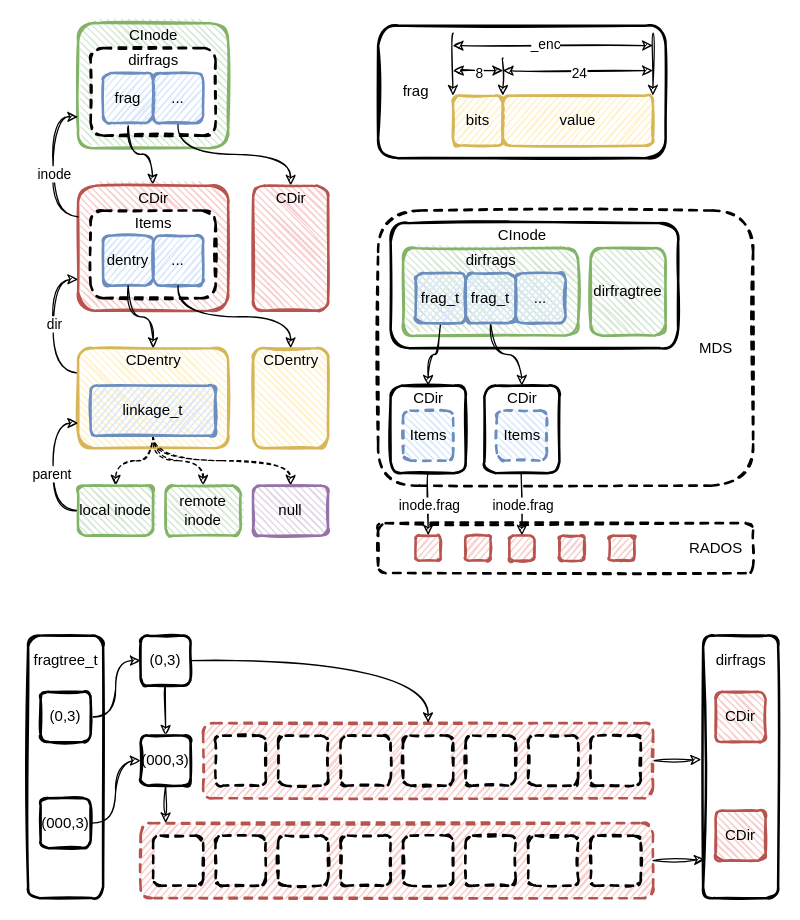
Above: page "meta" (2 of 2) of ceph/ceph-mds.drawio in EarthWind/deeparch (draw.io), before the change. Source tidied: cells renumbered, new cells numbered last; positions are measured from the earlier drawing's top-left corner, leaving out a move shared by most shapes. Both pictures are drawn from the tidied source at 125%, with x=0, y=0 at pixel (21, 22).
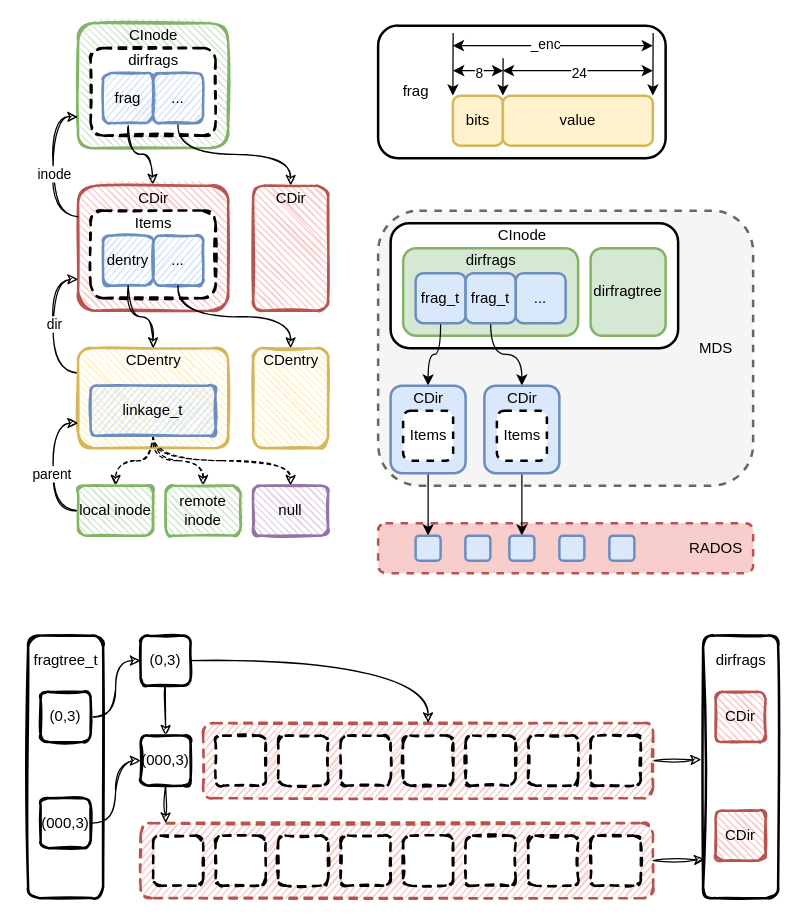
Above is the later version.

The change refers to these unchanged cells:
```xml
<mxCell id="70" value="CDir" style="text;html=1;align=center;verticalAlign=middle;points=[];strokeColor=none;fillColor=none;" parent="1" vertex="1">
  <mxGeometry x="305" y="290" width="40" height="20" as="geometry" />
</mxCell>
<mxCell id="76" value="CDir" style="text;html=1;align=center;verticalAlign=middle;points=[];strokeColor=none;fillColor=none;" parent="1" vertex="1">
  <mxGeometry x="380" y="290" width="40" height="20" as="geometry" />
</mxCell>
```

What changed in the source:
```diff
@@
-    <mxCell id="6" style="rounded=1;whiteSpace=wrap;html=1;strokeWidth=2;fillWeight=1;hachureGap=4;hachureAngle=45;sketch=1;dashed=1;" parent="1" vertex="1">
+    <mxCell id="6" style="rounded=1;whiteSpace=wrap;html=1;strokeWidth=2;fillWeight=1;hachureGap=4;hachureAngle=45;sketch=0;dashed=1;fillColor=#f8cecc;strokeColor=#b85450;" parent="1" vertex="1">
       <mxGeometry x="285" y="400" width="300" height="40" as="geometry" />
     </mxCell>
-    <mxCell id="7" style="rounded=1;whiteSpace=wrap;html=1;strokeWidth=2;fillWeight=1;hachureGap=4;hachureAngle=45;sketch=1;dashed=1;" parent="1" vertex="1">
+    <mxCell id="7" style="rounded=1;whiteSpace=wrap;html=1;strokeWidth=2;fillWeight=1;hachureGap=4;hachureAngle=45;sketch=0;dashed=1;fillColor=#f5f5f5;fontColor=#333333;strokeColor=#666666;" parent="1" vertex="1">
       <mxGeometry x="285" y="150" width="300" height="220" as="geometry" />
     </mxCell>
-    <mxCell id="8" style="rounded=1;whiteSpace=wrap;html=1;sketch=1;fillWeight=1;hachureGap=4;strokeWidth=2;shadow=0;" parent="1" vertex="1">
+    <mxCell id="8" style="rounded=1;whiteSpace=wrap;html=1;sketch=0;fillWeight=1;hachureGap=4;strokeWidth=2;shadow=0;" parent="1" vertex="1">
       <mxGeometry x="285" y="2" width="230" height="106" as="geometry" />
     </mxCell>
@@
-    <mxCell id="45" value="bits" style="rounded=1;whiteSpace=wrap;html=1;sketch=1;fillColor=#fff2cc;strokeColor=#d6b656;fillWeight=1;hachureGap=4;strokeWidth=2;" parent="1" vertex="1">
+    <mxCell id="45" value="bits" style="rounded=1;whiteSpace=wrap;html=1;sketch=0;fillColor=#fff2cc;strokeColor=#d6b656;fillWeight=1;hachureGap=4;strokeWidth=2;" parent="1" vertex="1">
       <mxGeometry x="344.8" y="58" width="40" height="40" as="geometry" />
     </mxCell>
-    <mxCell id="46" value="value" style="rounded=1;whiteSpace=wrap;html=1;sketch=1;fillWeight=1;hachureGap=4;strokeWidth=2;fillColor=#fff2cc;strokeColor=#d6b656;" parent="1" vertex="1">
+    <mxCell id="46" value="value" style="rounded=1;whiteSpace=wrap;html=1;sketch=0;fillWeight=1;hachureGap=4;strokeWidth=2;fillColor=#fff2cc;strokeColor=#d6b656;" parent="1" vertex="1">
       <mxGeometry x="384.8" y="58" width="120" height="40" as="geometry" />
     </mxCell>
-    <mxCell id="47" style="endArrow=classic;html=1;rounded=0;sketch=1;curved=1;entryX=0;entryY=0;entryDx=0;entryDy=0;" parent="1" edge="1" target="45">
+    <mxCell id="47" style="endArrow=classic;html=1;rounded=0;sketch=0;curved=1;entryX=0;entryY=0;entryDx=0;entryDy=0;" parent="1" edge="1" target="45">
       <mxGeometry relative="1" as="geometry">
         <mxPoint x="345" y="8" as="sourcePoint" />
       </mxGeometry>
     </mxCell>
-    <mxCell id="48" style="endArrow=classic;html=1;rounded=0;sketch=1;curved=1;entryX=0;entryY=0;entryDx=0;entryDy=0;" parent="1" edge="1">
+    <mxCell id="48" style="endArrow=classic;html=1;rounded=0;sketch=0;curved=1;entryX=0;entryY=0;entryDx=0;entryDy=0;" parent="1" edge="1">
       <mxGeometry relative="1" as="geometry">
         <mxPoint x="385" y="28" as="sourcePoint" />
         <mxPoint x="384.8" y="58" as="targetPoint" />
       </mxGeometry>
     </mxCell>
-    <mxCell id="49" style="endArrow=classic;html=1;rounded=0;sketch=1;curved=1;entryX=0;entryY=0;entryDx=0;entryDy=0;" parent="1" edge="1">
+    <mxCell id="49" style="endArrow=classic;html=1;rounded=0;sketch=0;curved=1;entryX=0;entryY=0;entryDx=0;entryDy=0;" parent="1" edge="1">
       <mxGeometry relative="1" as="geometry">
         <mxPoint x="505" y="8" as="sourcePoint" />
         <mxPoint x="504.8" y="58" as="targetPoint" />
       </mxGeometry>
     </mxCell>
-    <mxCell id="50" style="endArrow=classic;startArrow=classic;html=1;rounded=0;sketch=1;curved=1;" parent="1" edge="1">
+    <mxCell id="50" style="endArrow=classic;startArrow=classic;html=1;rounded=0;sketch=0;curved=1;" parent="1" edge="1">
       <mxGeometry relative="1" as="geometry">
         <mxPoint x="345" y="38" as="sourcePoint" />
         <mxPoint x="385" y="38" as="targetPoint" />
       </mxGeometry>
     </mxCell>
@@
-    <mxCell id="52" style="endArrow=classic;startArrow=classic;html=1;rounded=0;sketch=1;curved=1;" parent="1" edge="1">
+    <mxCell id="52" style="endArrow=classic;startArrow=classic;html=1;rounded=0;sketch=0;curved=1;" parent="1" edge="1">
       <mxGeometry relative="1" as="geometry">
         <mxPoint x="384.8" y="38" as="sourcePoint" />
         <mxPoint x="504.8" y="38" as="targetPoint" />
       </mxGeometry>
     </mxCell>
@@
-    <mxCell id="54" style="endArrow=classic;startArrow=classic;html=1;rounded=0;sketch=1;curved=1;" parent="1" edge="1">
+    <mxCell id="54" style="endArrow=classic;startArrow=classic;html=1;rounded=0;sketch=0;curved=1;" parent="1" edge="1">
       <mxGeometry relative="1" as="geometry">
         <mxPoint x="344.8" y="18" as="sourcePoint" />
         <mxPoint x="504.8" y="18" as="targetPoint" />
         <Array as="points">
           <mxPoint x="424.8" y="18" />
         </Array>
       </mxGeometry>
     </mxCell>
@@
-    <mxCell id="57" style="rounded=1;whiteSpace=wrap;html=1;strokeWidth=2;fillWeight=1;hachureGap=4;hachureAngle=45;sketch=1;" parent="1" vertex="1">
+    <mxCell id="57" style="rounded=1;whiteSpace=wrap;html=1;strokeWidth=2;fillWeight=1;hachureGap=4;hachureAngle=45;sketch=0;" parent="1" vertex="1">
       <mxGeometry x="295" y="160" width="230" height="100" as="geometry" />
     </mxCell>
-    <mxCell id="58" style="rounded=1;whiteSpace=wrap;html=1;strokeWidth=2;fillWeight=1;hachureGap=4;hachureAngle=45;sketch=1;fillColor=#d5e8d4;strokeColor=#82b366;" parent="1" vertex="1">
+    <mxCell id="58" style="rounded=1;whiteSpace=wrap;html=1;strokeWidth=2;fillWeight=1;hachureGap=4;hachureAngle=45;sketch=0;fillColor=#d5e8d4;strokeColor=#82b366;" parent="1" vertex="1">
       <mxGeometry x="305" y="180" width="140" height="70" as="geometry" />
     </mxCell>
@@
-    <mxCell id="60" style="edgeStyle=orthogonalEdgeStyle;rounded=0;jettySize=auto;html=1;curved=1;sketch=1;" parent="1" edge="1" source="61" target="70">
+    <mxCell id="60" style="edgeStyle=orthogonalEdgeStyle;rounded=0;jettySize=auto;html=1;curved=1;sketch=0;" parent="1" edge="1" source="61" target="70">
       <mxGeometry relative="1" as="geometry" />
     </mxCell>
-    <mxCell id="61" value="frag_t" style="rounded=1;whiteSpace=wrap;html=1;sketch=1;fillColor=#dae8fc;strokeColor=#6c8ebf;fillWeight=1;hachureGap=4;strokeWidth=2;" parent="1" vertex="1">
+    <mxCell id="61" value="frag_t" style="rounded=1;whiteSpace=wrap;html=1;sketch=0;fillColor=#dae8fc;strokeColor=#6c8ebf;fillWeight=1;hachureGap=4;strokeWidth=2;" parent="1" vertex="1">
       <mxGeometry x="315" y="200" width="40" height="40" as="geometry" />
     </mxCell>
-    <mxCell id="62" value="..." style="rounded=1;whiteSpace=wrap;html=1;sketch=1;fillColor=#dae8fc;strokeColor=#6c8ebf;fillWeight=1;hachureGap=4;strokeWidth=2;" parent="1" vertex="1">
+    <mxCell id="62" value="..." style="rounded=1;whiteSpace=wrap;html=1;sketch=0;fillColor=#dae8fc;strokeColor=#6c8ebf;fillWeight=1;hachureGap=4;strokeWidth=2;" parent="1" vertex="1">
       <mxGeometry x="395" y="200" width="40" height="40" as="geometry" />
     </mxCell>
@@
-    <mxCell id="64" style="edgeStyle=orthogonalEdgeStyle;curved=1;rounded=0;sketch=1;jettySize=auto;html=1;" parent="1" edge="1" source="65" target="76">
+    <mxCell id="64" style="edgeStyle=orthogonalEdgeStyle;curved=1;rounded=0;sketch=0;jettySize=auto;html=1;" parent="1" edge="1" source="65" target="76">
       <mxGeometry relative="1" as="geometry" />
     </mxCell>
-    <mxCell id="65" value="frag_t" style="rounded=1;whiteSpace=wrap;html=1;sketch=1;fillColor=#dae8fc;strokeColor=#6c8ebf;fillWeight=1;hachureGap=4;strokeWidth=2;" parent="1" vertex="1">
+    <mxCell id="65" value="frag_t" style="rounded=1;whiteSpace=wrap;html=1;sketch=0;fillColor=#dae8fc;strokeColor=#6c8ebf;fillWeight=1;hachureGap=4;strokeWidth=2;" parent="1" vertex="1">
       <mxGeometry x="355" y="200" width="40" height="40" as="geometry" />
     </mxCell>
-    <mxCell id="66" value="dirfragtree" style="rounded=1;whiteSpace=wrap;html=1;strokeWidth=2;fillWeight=1;hachureGap=4;hachureAngle=45;sketch=1;fillColor=#d5e8d4;strokeColor=#82b366;" parent="1" vertex="1">
+    <mxCell id="66" value="dirfragtree" style="rounded=1;whiteSpace=wrap;html=1;strokeWidth=2;fillWeight=1;hachureGap=4;hachureAngle=45;sketch=0;fillColor=#d5e8d4;strokeColor=#82b366;" parent="1" vertex="1">
       <mxGeometry x="455" y="180" width="60" height="70" as="geometry" />
     </mxCell>
-    <mxCell id="67" style="edgeStyle=orthogonalEdgeStyle;curved=1;rounded=0;sketch=1;jettySize=auto;html=1;entryX=0.5;entryY=0;entryDx=0;entryDy=0;" parent="1" edge="1" source="69" target="81">
+    <mxCell id="67" style="edgeStyle=orthogonalEdgeStyle;curved=1;rounded=0;sketch=0;jettySize=auto;html=1;entryX=0.5;entryY=0;entryDx=0;entryDy=0;" parent="1" edge="1" source="69" target="81">
       <mxGeometry relative="1" as="geometry" />
     </mxCell>
-    <mxCell id="68" value="inode.frag" style="edgeLabel;html=1;align=center;verticalAlign=middle;" parent="67" vertex="1">
-      <mxGeometry x="-0.2" y="-1" relative="1" as="geometry">
-        <mxPoint x="1" y="5" as="offset" />
-      </mxGeometry>
-    </mxCell>
-    <mxCell id="69" style="rounded=1;whiteSpace=wrap;html=1;strokeWidth=2;fillWeight=1;hachureGap=4;hachureAngle=45;sketch=1;" parent="1" vertex="1">
+    <mxCell id="69" style="rounded=1;whiteSpace=wrap;html=1;strokeWidth=2;fillWeight=1;hachureGap=4;hachureAngle=45;sketch=0;fillColor=#dae8fc;strokeColor=#6c8ebf;" parent="1" vertex="1">
       <mxGeometry x="295" y="290" width="60" height="70" as="geometry" />
     </mxCell>
@@
-    <mxCell id="71" style="rounded=1;whiteSpace=wrap;html=1;strokeWidth=2;fillWeight=1;hachureGap=4;hachureAngle=45;sketch=1;dashed=1;fillColor=#dae8fc;strokeColor=#6c8ebf;" parent="1" vertex="1">
+    <mxCell id="71" style="rounded=1;whiteSpace=wrap;html=1;strokeWidth=2;fillWeight=1;hachureGap=4;hachureAngle=45;sketch=0;dashed=1;" parent="1" vertex="1">
       <mxGeometry x="305" y="310" width="40" height="40" as="geometry" />
     </mxCell>
@@
-    <mxCell id="73" style="edgeStyle=orthogonalEdgeStyle;curved=1;rounded=0;sketch=1;jettySize=auto;html=1;entryX=0.5;entryY=0;entryDx=0;entryDy=0;" parent="1" edge="1" source="75" target="82">
+    <mxCell id="73" style="edgeStyle=orthogonalEdgeStyle;curved=1;rounded=0;sketch=0;jettySize=auto;html=1;entryX=0.5;entryY=0;entryDx=0;entryDy=0;" parent="1" edge="1" source="75" target="82">
       <mxGeometry relative="1" as="geometry" />
     </mxCell>
-    <mxCell id="74" value="inode.frag" style="edgeLabel;html=1;align=center;verticalAlign=middle;" parent="73" vertex="1">
-      <mxGeometry x="-0.22" y="-1" relative="1" as="geometry">
-        <mxPoint x="1" y="5" as="offset" />
-      </mxGeometry>
-    </mxCell>
-    <mxCell id="75" style="rounded=1;whiteSpace=wrap;html=1;strokeWidth=2;fillWeight=1;hachureGap=4;hachureAngle=45;sketch=1;" parent="1" vertex="1">
+    <mxCell id="75" style="rounded=1;whiteSpace=wrap;html=1;strokeWidth=2;fillWeight=1;hachureGap=4;hachureAngle=45;sketch=0;fillColor=#dae8fc;strokeColor=#6c8ebf;" parent="1" vertex="1">
       <mxGeometry x="370" y="290" width="60" height="70" as="geometry" />
     </mxCell>
@@
-    <mxCell id="77" style="rounded=1;whiteSpace=wrap;html=1;strokeWidth=2;fillWeight=1;hachureGap=4;hachureAngle=45;sketch=1;dashed=1;fillColor=#dae8fc;strokeColor=#6c8ebf;" parent="1" vertex="1">
+    <mxCell id="77" style="rounded=1;whiteSpace=wrap;html=1;strokeWidth=2;fillWeight=1;hachureGap=4;hachureAngle=45;sketch=0;dashed=1;" parent="1" vertex="1">
       <mxGeometry x="380" y="310" width="40" height="40" as="geometry" />
     </mxCell>
@@
-    <mxCell id="81" style="rounded=1;whiteSpace=wrap;html=1;sketch=1;fillColor=#f8cecc;strokeColor=#b85450;fillWeight=1;hachureGap=4;strokeWidth=2;" parent="1" vertex="1">
+    <mxCell id="81" style="rounded=1;whiteSpace=wrap;html=1;sketch=0;fillColor=#dae8fc;strokeColor=#6c8ebf;fillWeight=1;hachureGap=4;strokeWidth=2;" parent="1" vertex="1">
       <mxGeometry x="315" y="410" width="20" height="20" as="geometry" />
     </mxCell>
-    <mxCell id="82" style="rounded=1;whiteSpace=wrap;html=1;sketch=1;fillColor=#f8cecc;strokeColor=#b85450;fillWeight=1;hachureGap=4;strokeWidth=2;" parent="1" vertex="1">
+    <mxCell id="82" style="rounded=1;whiteSpace=wrap;html=1;sketch=0;fillColor=#dae8fc;strokeColor=#6c8ebf;fillWeight=1;hachureGap=4;strokeWidth=2;" parent="1" vertex="1">
       <mxGeometry x="390" y="410" width="20" height="20" as="geometry" />
     </mxCell>
-    <mxCell id="83" style="rounded=1;whiteSpace=wrap;html=1;sketch=1;fillColor=#f8cecc;strokeColor=#b85450;fillWeight=1;hachureGap=4;strokeWidth=2;" parent="1" vertex="1">
+    <mxCell id="83" style="rounded=1;whiteSpace=wrap;html=1;sketch=0;fillColor=#dae8fc;strokeColor=#6c8ebf;fillWeight=1;hachureGap=4;strokeWidth=2;" parent="1" vertex="1">
       <mxGeometry x="354.8" y="410" width="20" height="20" as="geometry" />
     </mxCell>
-    <mxCell id="84" style="rounded=1;whiteSpace=wrap;html=1;sketch=1;fillColor=#f8cecc;strokeColor=#b85450;fillWeight=1;hachureGap=4;strokeWidth=2;" parent="1" vertex="1">
+    <mxCell id="84" style="rounded=1;whiteSpace=wrap;html=1;sketch=0;fillColor=#dae8fc;strokeColor=#6c8ebf;fillWeight=1;hachureGap=4;strokeWidth=2;" parent="1" vertex="1">
       <mxGeometry x="430" y="410" width="20" height="20" as="geometry" />
     </mxCell>
-    <mxCell id="85" style="rounded=1;whiteSpace=wrap;html=1;sketch=1;fillColor=#f8cecc;strokeColor=#b85450;fillWeight=1;hachureGap=4;strokeWidth=2;" parent="1" vertex="1">
+    <mxCell id="85" style="rounded=1;whiteSpace=wrap;html=1;sketch=0;fillColor=#dae8fc;strokeColor=#6c8ebf;fillWeight=1;hachureGap=4;strokeWidth=2;" parent="1" vertex="1">
       <mxGeometry x="470" y="410" width="20" height="20" as="geometry" />
     </mxCell>
```
